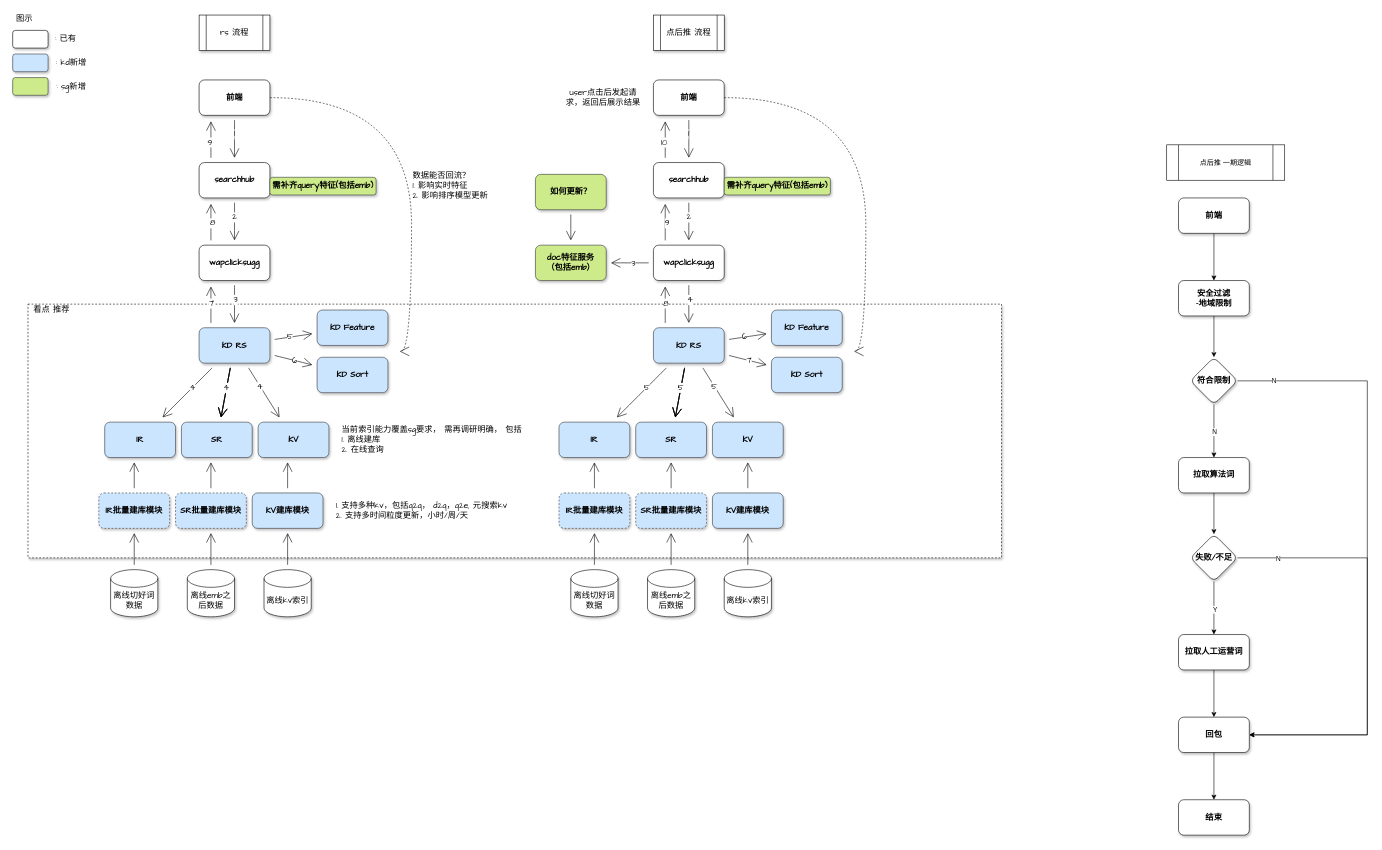
Earlier version of the draw.io diagram rs update.drawio (hashyong/drawio). Source tidied: cells renumbered, new cells numbered last; positions are measured from the earlier drawing's top-left corner, leaving out a move shared by most shapes. Both pictures are drawn from the tidied source at 59%, with x=0, y=0 at pixel (12, 12).
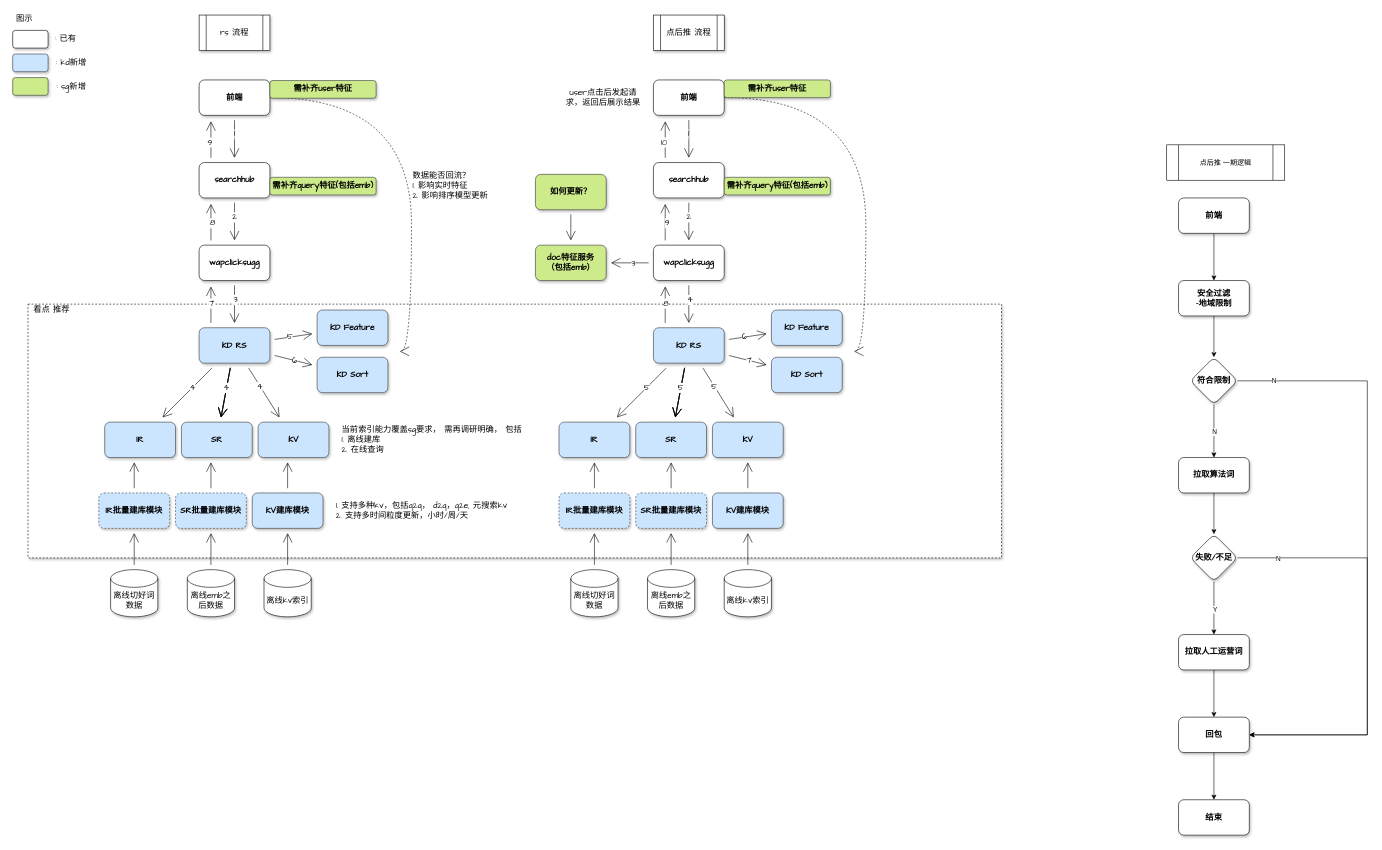
After the change.

Change to the diagram source:
```diff
@@
+    <mxCell id="140" value="需补齐user特征" style="rounded=1;whiteSpace=wrap;html=1;hachureGap=4;shadow=1;fontFamily=Comic Sans MS;labelBackgroundColor=none;fontStyle=1;fontSize=14;fillColor=#cdeb8b;strokeColor=#36393d;" parent="1" vertex="1">
+      <mxGeometry x="436" y="115" width="180" height="30" as="geometry" />
+    </mxCell>
+    <mxCell id="141" value="需补齐user特征" style="rounded=1;whiteSpace=wrap;html=1;hachureGap=4;shadow=1;fontFamily=Comic Sans MS;labelBackgroundColor=none;fontStyle=1;fontSize=14;fillColor=#cdeb8b;strokeColor=#36393d;" parent="1" vertex="1">
+      <mxGeometry x="1206" y="114" width="180" height="30" as="geometry" />
+    </mxCell>
```
